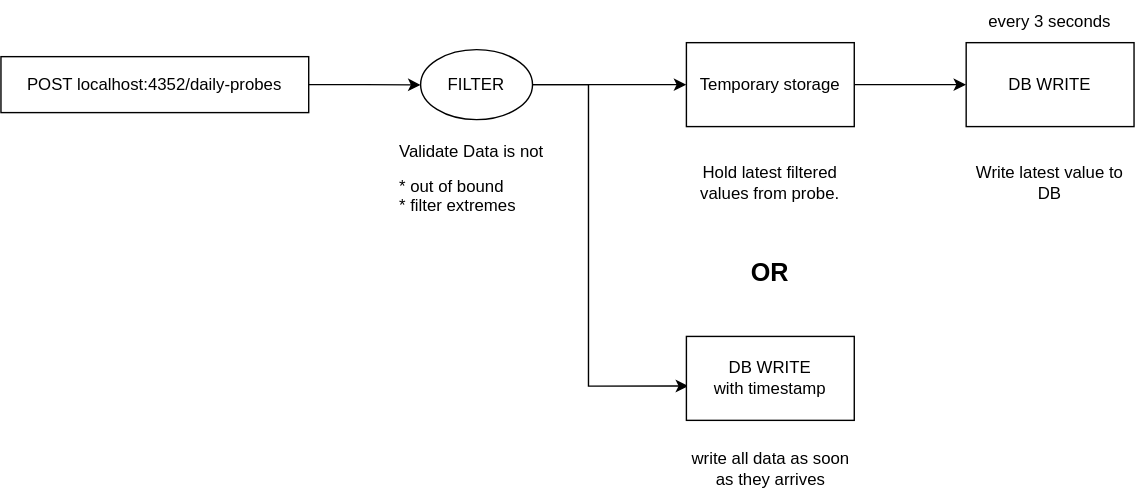
SuperJSBros/roaster-monitor-api keeps this draw.io diagram as structure.drawio.svg. Above is the earlier version. Source tidied: cells renumbered, new cells last; positions are measured from the earlier drawing's top-left corner, leaving out a move shared by most shapes.
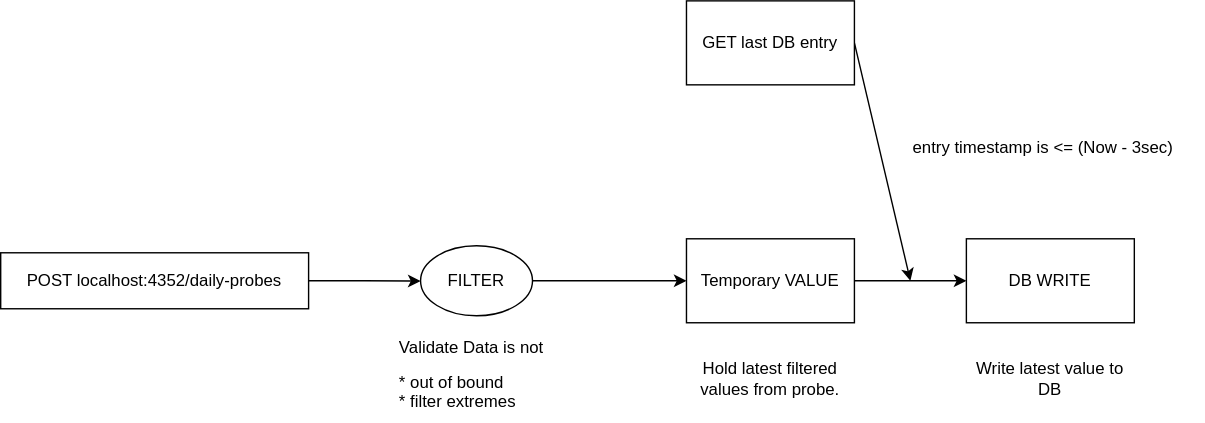
The same diagram one commit later.

Commit message:
updated daily-probe flow chart

Diff of the diagram source:
```diff
@@ -13,14 +13,6 @@
     <mxCell id="4" style="edgeStyle=orthogonalEdgeStyle;rounded=0;jettySize=auto;html=1;" parent="1" edge="1" source="6" target="9">
       <mxGeometry relative="1" as="geometry" />
     </mxCell>
-    <mxCell id="5" style="edgeStyle=orthogonalEdgeStyle;rounded=0;jettySize=auto;html=1;exitX=1;exitY=0.5;exitDx=0;exitDy=0;entryX=0.011;entryY=0.591;entryDx=0;entryDy=0;entryPerimeter=0;" parent="1" edge="1" source="6" target="14">
-      <mxGeometry relative="1" as="geometry">
-        <Array as="points">
-          <mxPoint x="420" y="60" />
-          <mxPoint x="420" y="276" />
-        </Array>
-      </mxGeometry>
-    </mxCell>
     <mxCell id="6" value="FILTER" style="ellipse;whiteSpace=wrap;html=1;" parent="1" vertex="1">
       <mxGeometry x="300" y="35" width="80" height="50" as="geometry" />
     </mxCell>
@@ -30,7 +22,7 @@
     <mxCell id="8" style="edgeStyle=orthogonalEdgeStyle;rounded=0;jettySize=auto;html=1;" parent="1" edge="1" source="9" target="11">
       <mxGeometry relative="1" as="geometry" />
     </mxCell>
-    <mxCell id="9" value="Temporary storage" style="whiteSpace=wrap;html=1;" parent="1" vertex="1">
+    <mxCell id="9" value="Temporary VALUE" style="whiteSpace=wrap;html=1;" parent="1" vertex="1">
       <mxGeometry x="490" y="30" width="120" height="60" as="geometry" />
     </mxCell>
     <mxCell id="10" value="Hold latest filtered values from probe." style="text;html=1;strokeColor=none;fillColor=none;align=center;verticalAlign=middle;whiteSpace=wrap;rounded=0;" parent="1" vertex="1">
@@ -42,17 +34,16 @@
     <mxCell id="12" value="Write latest value to DB" style="text;html=1;strokeColor=none;fillColor=none;align=center;verticalAlign=middle;whiteSpace=wrap;rounded=0;" parent="1" vertex="1">
       <mxGeometry x="690" y="100" width="120" height="60" as="geometry" />
     </mxCell>
-    <mxCell id="13" value="every 3 seconds" style="text;html=1;strokeColor=none;fillColor=none;align=center;verticalAlign=middle;whiteSpace=wrap;rounded=0;" parent="1" vertex="1">
-      <mxGeometry x="695" width="110" height="30" as="geometry" />
+    <mxCell id="13" value="entry timestamp is &amp;lt;= (Now - 3sec)&amp;nbsp;" style="text;html=1;strokeColor=none;fillColor=none;align=center;verticalAlign=middle;whiteSpace=wrap;rounded=0;" parent="1" vertex="1">
+      <mxGeometry x="630" y="-50" width="230" height="30" as="geometry" />
     </mxCell>
-    <mxCell id="14" value="DB WRITE&lt;br&gt;with timestamp" style="rounded=0;whiteSpace=wrap;html=1;" parent="1" vertex="1">
-      <mxGeometry x="490" y="240" width="120" height="60" as="geometry" />
-    </mxCell>
-    <mxCell id="15" value="&lt;font style=&quot;font-size: 18px;&quot;&gt;&lt;b&gt;OR&lt;/b&gt;&lt;/font&gt;" style="text;html=1;strokeColor=none;fillColor=none;align=center;verticalAlign=middle;whiteSpace=wrap;rounded=0;" parent="1" vertex="1">
-      <mxGeometry x="520" y="180" width="60" height="30" as="geometry" />
-    </mxCell>
-    <mxCell id="16" value="write all data as soon as they arrives" style="text;html=1;strokeColor=none;fillColor=none;align=center;verticalAlign=middle;whiteSpace=wrap;rounded=0;" parent="1" vertex="1">
-      <mxGeometry x="487.5" y="320" width="125" height="30" as="geometry" />
-    </mxCell>
+    <mxCell id="17" style="edgeStyle=none;html=1;exitX=1;exitY=0.5;exitDx=0;exitDy=0;" parent="1" edge="1" source="18">
+      <mxGeometry relative="1" as="geometry">
+        <mxPoint x="650" y="60" as="targetPoint" />
+      </mxGeometry>
+    </mxCell>
+    <mxCell id="18" value="GET last DB entry" style="whiteSpace=wrap;html=1;" parent="1" vertex="1">
+      <mxGeometry x="490" y="-140" width="120" height="60" as="geometry" />
+    </mxCell>
   </root>
 </mxGraphModel>
```
